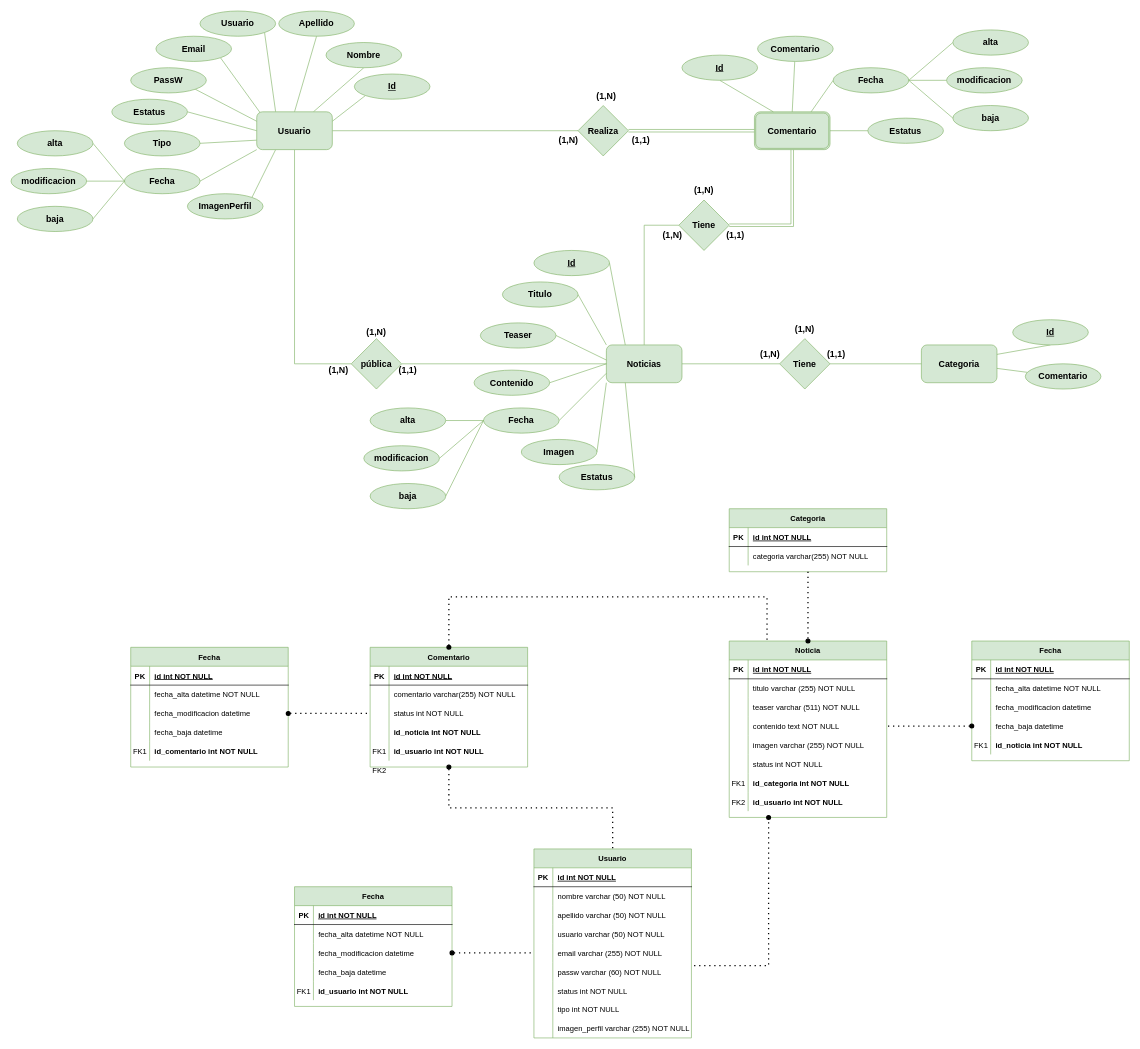
Above: Equipo7_ProyectoFinalWeb.drawio in gabbyhuell/Equipo7_ProyectoWeb (draw.io), before the change. Source tidied: cells renumbered, new cells numbered last; positions are measured from the earlier drawing's top-left corner, leaving out a move shared by most shapes. Both pictures are drawn from the tidied source at 63%, with x=0, y=0 at pixel (11, 11).
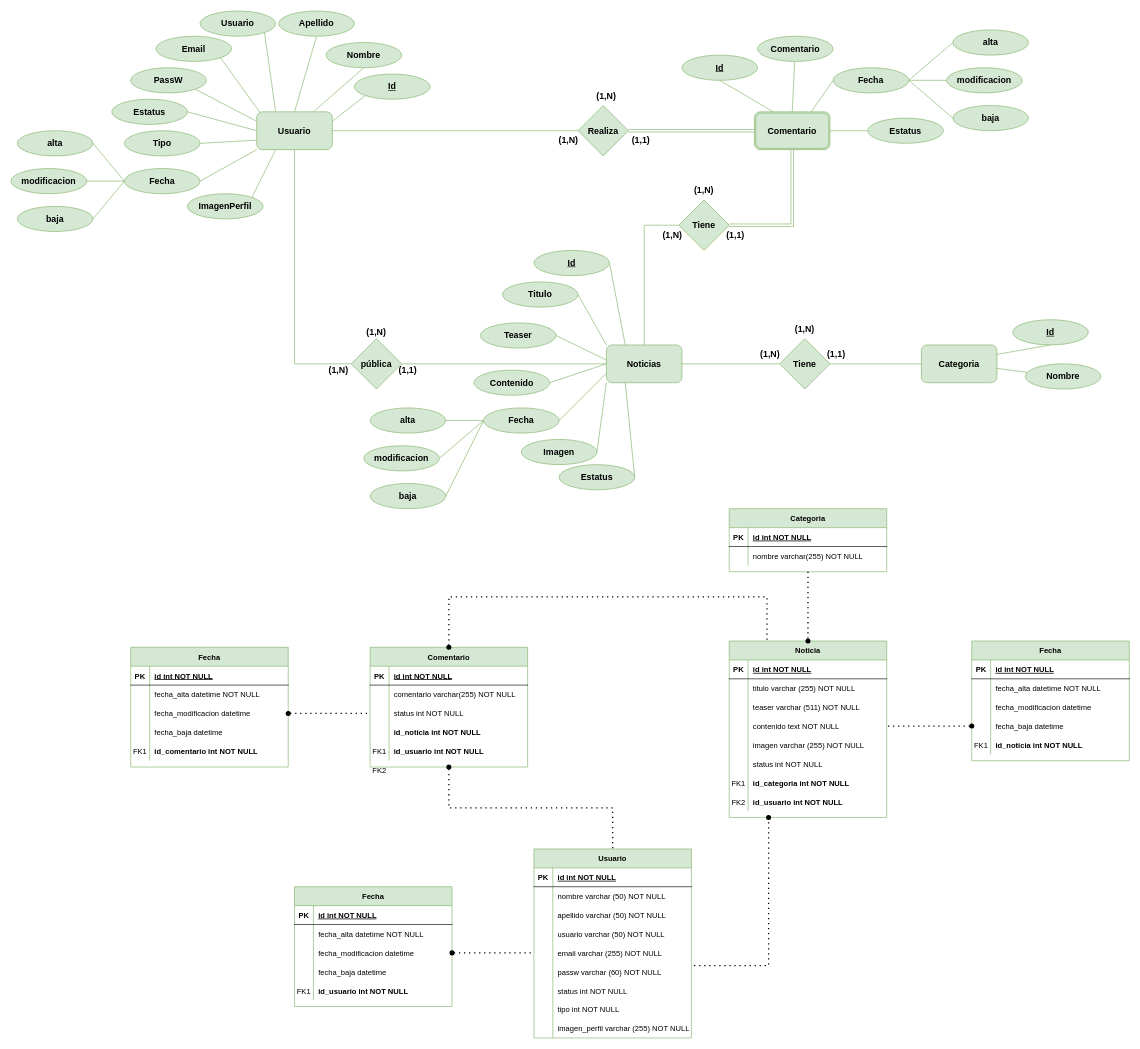
The same diagram, later.

The change refers to these unchanged cells:
```xml
<mxCell id="75" style="shape=partialRectangle;fillColor=none;top=0;left=0;right=0;bottom=0;" parent="71" vertex="1">
  <mxGeometry y="60" width="250" height="30" as="geometry" />
</mxCell>
```

The edit, as a diff of the source:
```diff
@@
-    <mxCell id="77" value="categoria varchar(255) NOT NULL" style="shape=partialRectangle;overflow=hidden;fillColor=none;top=0;left=0;bottom=0;right=0;align=left;spacingLeft=6;" parent="75" vertex="1">
+    <mxCell id="77" value="nombre varchar(255) NOT NULL" style="shape=partialRectangle;overflow=hidden;fillColor=none;top=0;left=0;bottom=0;right=0;align=left;spacingLeft=6;" parent="75" vertex="1">
       <mxGeometry x="30" width="220" height="30" as="geometry" />
     </mxCell>
@@
-    <mxCell id="125" value="&lt;b&gt;Comentario&lt;br&gt;&lt;/b&gt;" style="ellipse;whiteSpace=wrap;html=1;strokeColor=#82b366;fontSize=14;fillColor=#d5e8d4;" parent="1" vertex="1">
+    <mxCell id="125" value="&lt;b&gt;Nombre&lt;br&gt;&lt;/b&gt;" style="ellipse;whiteSpace=wrap;html=1;strokeColor=#82b366;fontSize=14;fillColor=#d5e8d4;" parent="1" vertex="1">
       <mxGeometry x="1610" y="560" width="120" height="40" as="geometry" />
     </mxCell>
```
